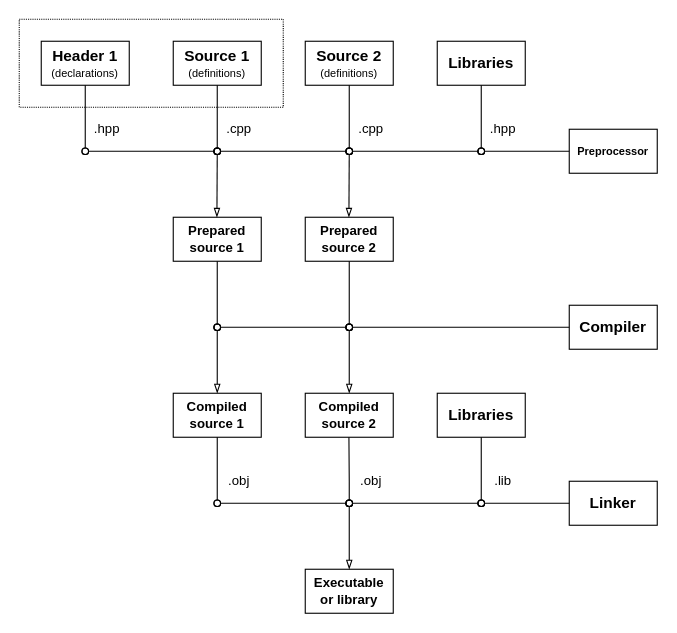
The draw.io diagram projects/examples/source/06.01.01.drawio in i-s-m-mipt/Education, before the edit. Source tidied: cells renumbered, new cells numbered last; positions are measured from the earlier drawing's top-left corner, leaving out a move shared by most shapes. Both pictures are drawn from the tidied source at 110%, with x=0, y=0 at pixel (19, 19).
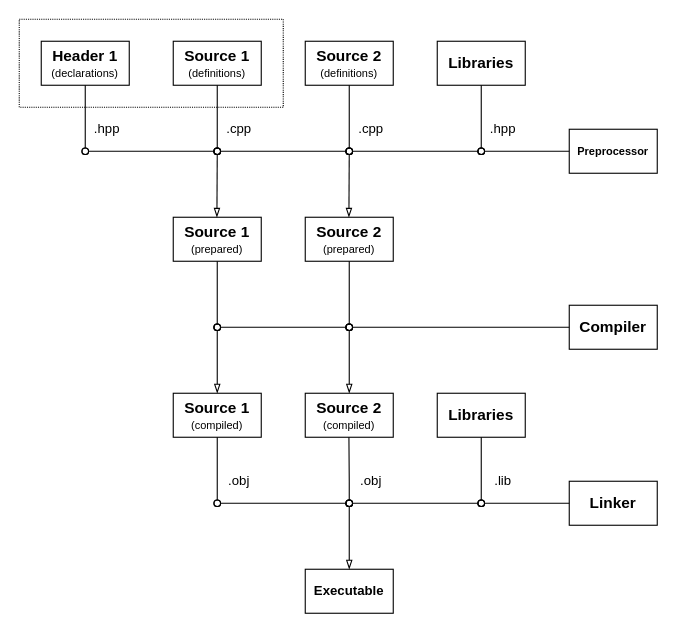
The same page after the edit.

Diff of the diagram source:
```diff
@@
-    <mxCell id="6" value="&lt;b&gt;Prepared source 1&lt;/b&gt;" style="rounded=0;whiteSpace=wrap;html=1;" parent="1" vertex="1">
+    <mxCell id="6" value="&lt;b&gt;&lt;font style=&quot;font-size: 14px;&quot;&gt;Source 1&lt;/font&gt;&lt;/b&gt;&lt;div&gt;&lt;font style=&quot;font-size: 10px;&quot;&gt;(prepared)&lt;/font&gt;&lt;/div&gt;" style="rounded=0;whiteSpace=wrap;html=1;" parent="1" vertex="1">
       <mxGeometry x="140" y="180" width="80" height="40" as="geometry" />
     </mxCell>
@@
-    <mxCell id="15" value="&lt;b style=&quot;&quot;&gt;&lt;font face=&quot;Helvetica&quot;&gt;Compiled source 1&lt;/font&gt;&lt;/b&gt;" style="rounded=0;whiteSpace=wrap;html=1;" parent="1" vertex="1">
+    <mxCell id="15" value="&lt;b&gt;&lt;font style=&quot;font-size: 14px;&quot;&gt;Source 1&lt;/font&gt;&lt;/b&gt;&lt;div&gt;&lt;font style=&quot;font-size: 10px;&quot;&gt;(compiled)&lt;/font&gt;&lt;/div&gt;" style="rounded=0;whiteSpace=wrap;html=1;" parent="1" vertex="1">
       <mxGeometry x="140" y="340" width="80" height="40" as="geometry" />
     </mxCell>
-    <mxCell id="16" value="&lt;b&gt;Compiled source 2&lt;/b&gt;" style="rounded=0;whiteSpace=wrap;html=1;" parent="1" vertex="1">
+    <mxCell id="16" value="&lt;b&gt;&lt;font style=&quot;font-size: 14px;&quot;&gt;Source 2&lt;/font&gt;&lt;/b&gt;&lt;div&gt;&lt;font style=&quot;font-size: 10px;&quot;&gt;(compiled)&lt;/font&gt;&lt;/div&gt;" style="rounded=0;whiteSpace=wrap;html=1;" parent="1" vertex="1">
       <mxGeometry x="260" y="340" width="80" height="40" as="geometry" />
     </mxCell>
@@
-    <mxCell id="20" value="&lt;b style=&quot;&quot;&gt;&lt;font&gt;Executable&lt;/font&gt;&lt;/b&gt;&lt;div&gt;&lt;b style=&quot;&quot;&gt;&lt;font&gt;or library&lt;/font&gt;&lt;/b&gt;&lt;/div&gt;" style="rounded=0;whiteSpace=wrap;html=1;" parent="1" vertex="1">
+    <mxCell id="20" value="&lt;b style=&quot;&quot;&gt;&lt;font&gt;Executable&lt;/font&gt;&lt;/b&gt;" style="rounded=0;whiteSpace=wrap;html=1;" parent="1" vertex="1">
       <mxGeometry x="260" y="500" width="80" height="40" as="geometry" />
     </mxCell>
@@
-    <mxCell id="26" value="&lt;b&gt;Prepared source 2&lt;/b&gt;" style="rounded=0;whiteSpace=wrap;html=1;" parent="1" vertex="1">
+    <mxCell id="26" value="&lt;b&gt;&lt;font style=&quot;font-size: 14px;&quot;&gt;Source 2&lt;/font&gt;&lt;/b&gt;&lt;div&gt;&lt;font style=&quot;font-size: 10px;&quot;&gt;(prepared)&lt;/font&gt;&lt;/div&gt;" style="rounded=0;whiteSpace=wrap;html=1;" parent="1" vertex="1">
       <mxGeometry x="260" y="180" width="80" height="40" as="geometry" />
     </mxCell>
```
